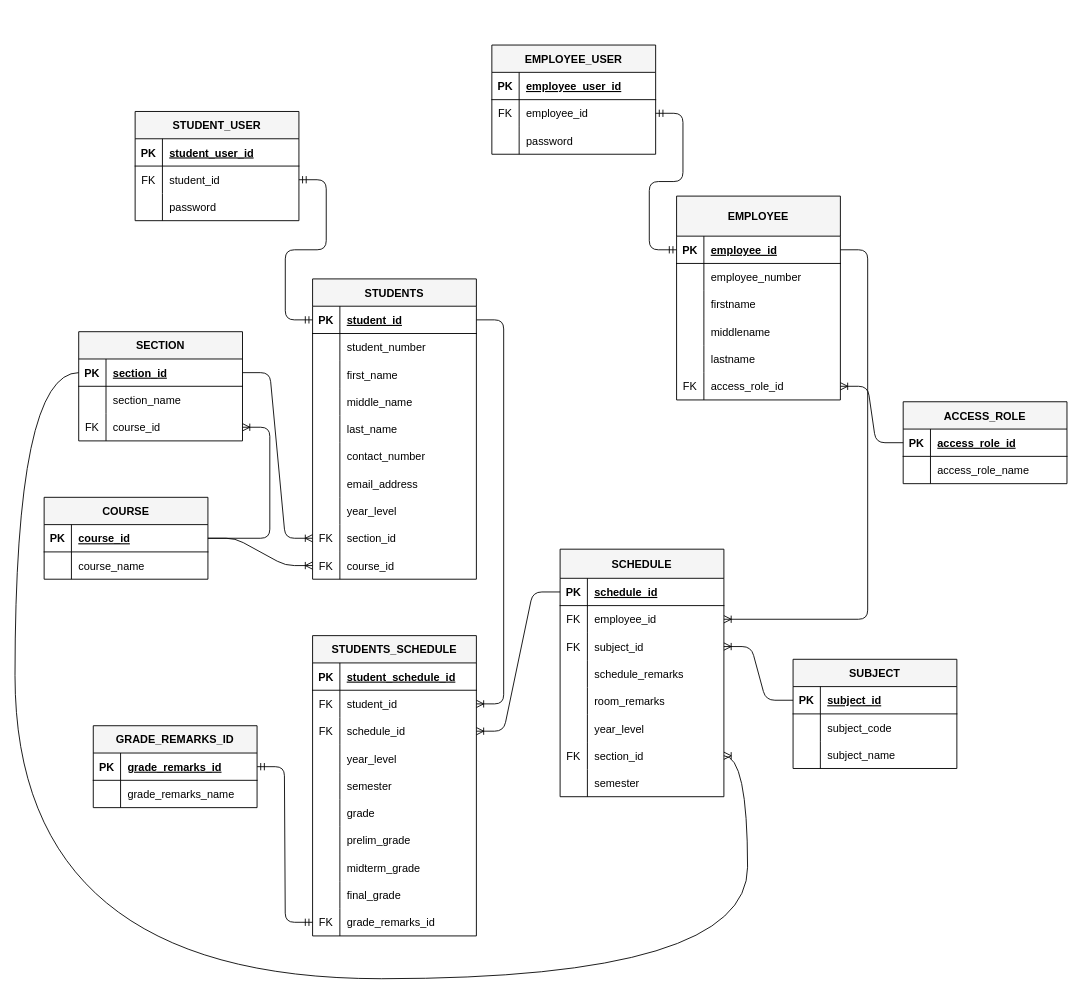
Earlier version of the draw.io diagram ERD.drawio (Juanester/ICC-Student-Portal). Source tidied: cells renumbered, new cells numbered last; positions are measured from the earlier drawing's top-left corner, leaving out a move shared by most shapes. Both pictures are drawn from the tidied source at 91%, with x=0, y=0 at pixel (15, 45).
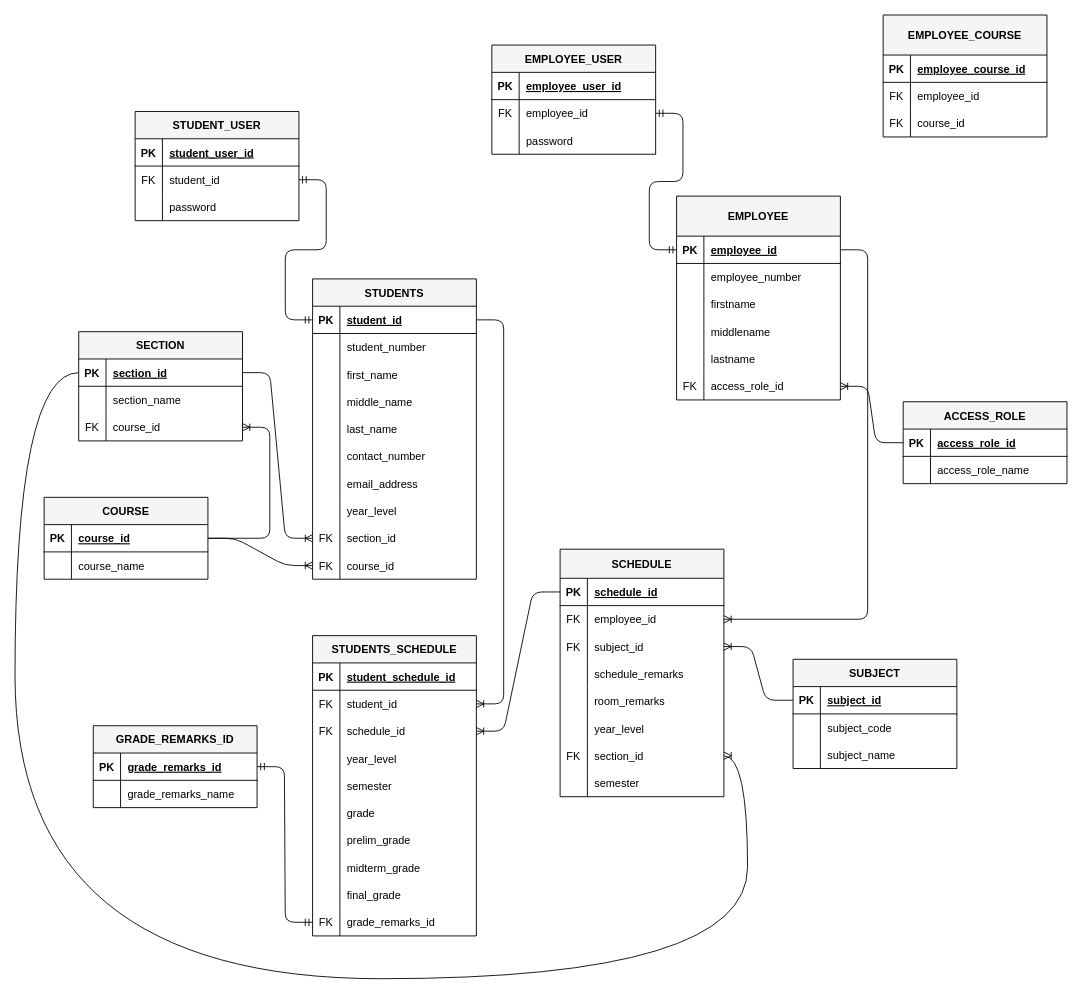
After the change.

Commit message:
Employee course db

Change to the diagram source:
```diff
@@
+    <mxCell id="181" value="EMPLOYEE_COURSE" style="shape=table;startSize=44;childLayout=tableLayout;rowLines=0;fontStyle=1;align=center;fillColor=#f5f5f5;fontColor=#000000;strokeColor=#000000;" parent="1" vertex="1">
+      <mxGeometry x="954" y="-33" width="180" height="134" as="geometry" />
+    </mxCell>
+    <mxCell id="182" style="shape=tableRow;horizontal=0;startSize=0;swimlaneHead=0;swimlaneBody=0;fillColor=none;top=0;left=0;right=0;bottom=1;fontColor=#000000;" parent="181" vertex="1">
+      <mxGeometry y="44" width="180" height="30" as="geometry" />
+    </mxCell>
+    <mxCell id="183" value="PK" style="shape=partialRectangle;fillColor=none;top=0;left=0;bottom=0;right=0;fontStyle=1;overflow=hidden;fontColor=#000000;" parent="182" vertex="1">
+      <mxGeometry width="30" height="30" as="geometry" />
+    </mxCell>
+    <mxCell id="184" value="employee_course_id" style="shape=partialRectangle;fillColor=none;top=0;left=0;bottom=0;right=0;align=left;spacingLeft=6;fontStyle=5;overflow=hidden;fontColor=#000000;" parent="182" vertex="1">
+      <mxGeometry x="30" width="150" height="30" as="geometry" />
+    </mxCell>
+    <mxCell id="185" style="shape=tableRow;horizontal=0;startSize=0;swimlaneHead=0;swimlaneBody=0;fillColor=none;top=0;left=0;right=0;bottom=0;fontColor=#000000;" parent="181" vertex="1">
+      <mxGeometry y="74" width="180" height="30" as="geometry" />
+    </mxCell>
+    <mxCell id="186" value="FK" style="shape=partialRectangle;fillColor=none;top=0;left=0;bottom=0;right=0;overflow=hidden;fontColor=#000000;" parent="185" vertex="1">
+      <mxGeometry width="30" height="30" as="geometry" />
+    </mxCell>
+    <mxCell id="187" value="employee_id" style="shape=partialRectangle;fillColor=none;top=0;left=0;bottom=0;right=0;align=left;spacingLeft=6;overflow=hidden;fontColor=#000000;" parent="185" vertex="1">
+      <mxGeometry x="30" width="150" height="30" as="geometry" />
+    </mxCell>
+    <mxCell id="188" style="shape=tableRow;horizontal=0;startSize=0;swimlaneHead=0;swimlaneBody=0;fillColor=none;top=0;left=0;right=0;bottom=0;fontColor=#000000;" parent="181" vertex="1">
+      <mxGeometry y="104" width="180" height="30" as="geometry" />
+    </mxCell>
+    <mxCell id="189" value="FK" style="shape=partialRectangle;fillColor=none;top=0;left=0;bottom=0;right=0;overflow=hidden;fontColor=#000000;" parent="188" vertex="1">
+      <mxGeometry width="30" height="30" as="geometry" />
+    </mxCell>
+    <mxCell id="190" value="course_id" style="shape=partialRectangle;fillColor=none;top=0;left=0;bottom=0;right=0;align=left;spacingLeft=6;overflow=hidden;fontColor=#000000;" parent="188" vertex="1">
+      <mxGeometry x="30" width="150" height="30" as="geometry" />
+    </mxCell>
```
